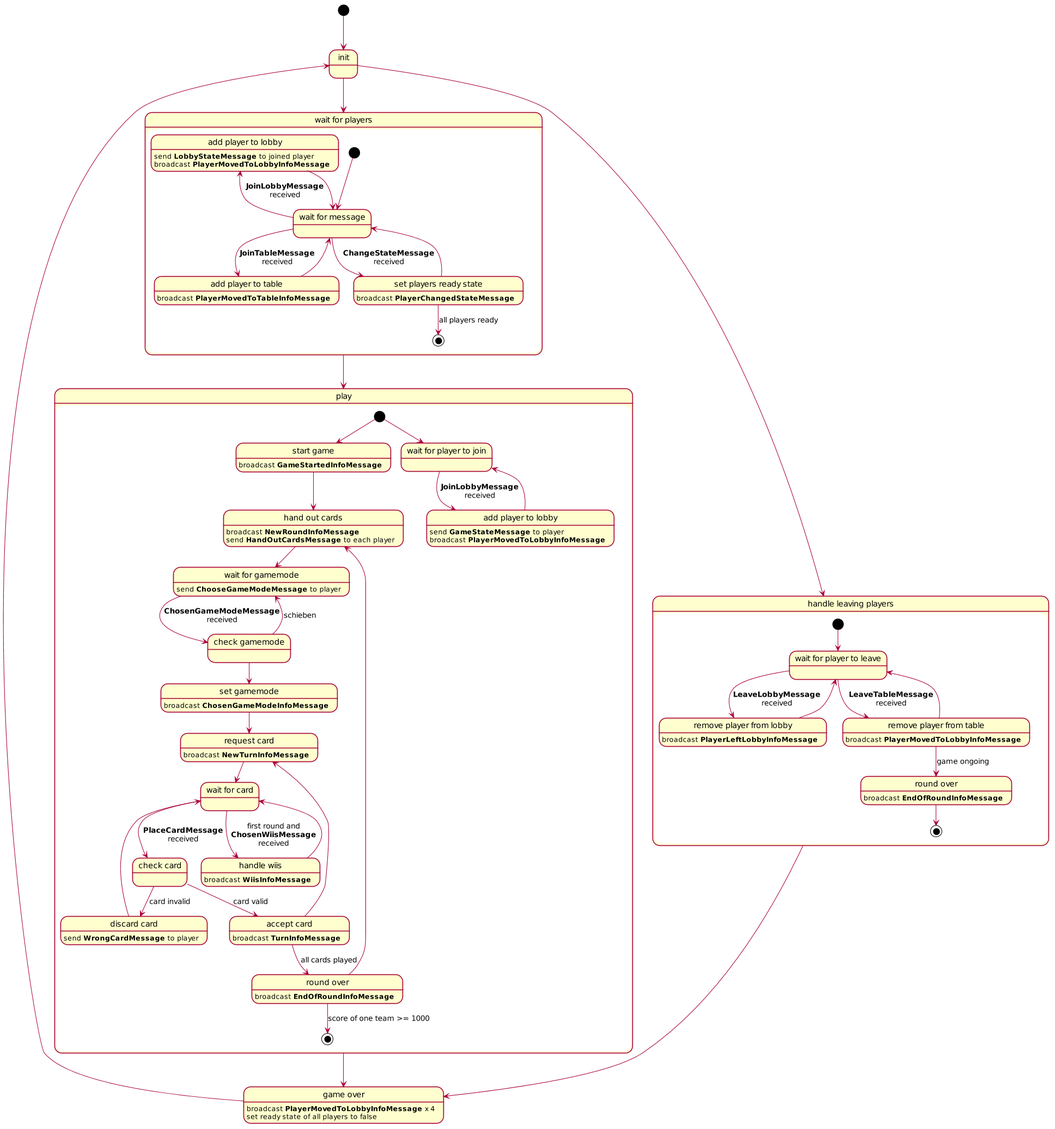
Before: StateDiagram.png, a diagram exported from PlantUML (mcalzaferri/ntb-jass-common). Source of this version:
```plantuml
@startuml
skinparam dpi 100
skinparam shadowing false

[*] --> init
init --> lobby
init --> handleLeave

state "wait for players" as lobby {
      state "wait for message" as waitForMsg
      state "add player to lobby" as addPlayerToLobby :      send **LobbyStateMessage** to joined player\nbroadcast **PlayerMovedToLobbyInfoMessage**
      state "add player to table" as addPlayerToTable : broadcast **PlayerMovedToTableInfoMessage**
      state "set players ready state" as setPlayerReadyState : broadcast **PlayerChangedStateMessage**

      [*] --> waitForMsg
      waitForMsg -left-> addPlayerToLobby : **JoinLobbyMessage**\nreceived
      waitForMsg --> addPlayerToTable : **JoinTableMessage**\nreceived
      waitForMsg --> setPlayerReadyState : **ChangeStateMessage**\nreceived
      addPlayerToLobby --> waitForMsg
      addPlayerToTable --> waitForMsg
      setPlayerReadyState --> waitForMsg
      setPlayerReadyState --> [*] : all players ready
}

lobby --> play

state "play" as play {
      state "start game" as startGame : broadcast **GameStartedInfoMessage**
      state "hand out cards" as handOut :       broadcast **NewRoundInfoMessage**\nsend **HandOutCardsMessage** to each player
      state "wait for gamemode" as waitMode : send **ChooseGameModeMessage** to player
      state "wait for card" as waitForCard
      state "set gamemode" as setGameMode : broadcast **ChosenGameModeInfoMessage**
      state "check gamemode" as checkGameMode
      state "request card" as requestCard : broadcast **NewTurnInfoMessage**
      state "check card" as checkCard
      state "accept card" as acceptCard : broadcast **TurnInfoMessage**
      state "discard card" as discardCard : send **WrongCardMessage** to player
      state "handle wiis" as handleWiis : broadcast **WiisInfoMessage**
      state "round over" as roundOver : broadcast **EndOfRoundInfoMessage**

      [*] --> startGame
      startGame --> handOut
      handOut --> waitMode
      waitMode --> checkGameMode : **ChosenGameModeMessage**\nreceived
      checkGameMode --> waitMode : schieben
      checkGameMode --> setGameMode
      setGameMode --> requestCard
      requestCard --> waitForCard
      waitForCard --> checkCard : **PlaceCardMessage**\nreceived
      waitForCard --> handleWiis : first round and\n**ChosenWiisMessage**\nreceived
      handleWiis --> waitForCard
      checkCard --> acceptCard : card valid
      acceptCard --> requestCard
      checkCard --> discardCard : card invalid
      discardCard --> waitForCard
      acceptCard --> roundOver : all cards played
      roundOver --> handOut
      roundOver --> [*] : score of one team >= 1000

      state "wait for player to join" as waitForJoin2
      state "add player to lobby" as addPlayerToLobby2 :       send **GameStateMessage** to player\nbroadcast **PlayerMovedToLobbyInfoMessage**

      [*] --> waitForJoin2
      waitForJoin2 --> addPlayerToLobby2 : **JoinLobbyMessage**\nreceived
      addPlayerToLobby2 --> waitForJoin2
}

state "game over" as gameOver : broadcast **PlayerMovedToLobbyInfoMessage** x 4\nset ready state of all players to false

play --> gameOver
gameOver -up-> init

state "handle leaving players" as handleLeave {
      state "remove player from lobby" as removePlayerFromLobby : broadcast **PlayerLeftLobbyInfoMessage**
      state "remove player from table" as removePlayerFromTable : broadcast **PlayerMovedToLobbyInfoMessage**
      state "wait for player to leave" as waitForLeave
      state "round over" as roundOver2 : broadcast **EndOfRoundInfoMessage**

      [*] --> waitForLeave
      waitForLeave -right-> removePlayerFromLobby : **LeaveLobbyMessage**\nreceived
      removePlayerFromLobby --> waitForLeave
      waitForLeave --> removePlayerFromTable : **LeaveTableMessage**\nreceived
      removePlayerFromTable --> waitForLeave
      removePlayerFromTable --> roundOver2 : game ongoing
      roundOver2 --> [*]
}

handleLeave --> gameOver

@enduml
```
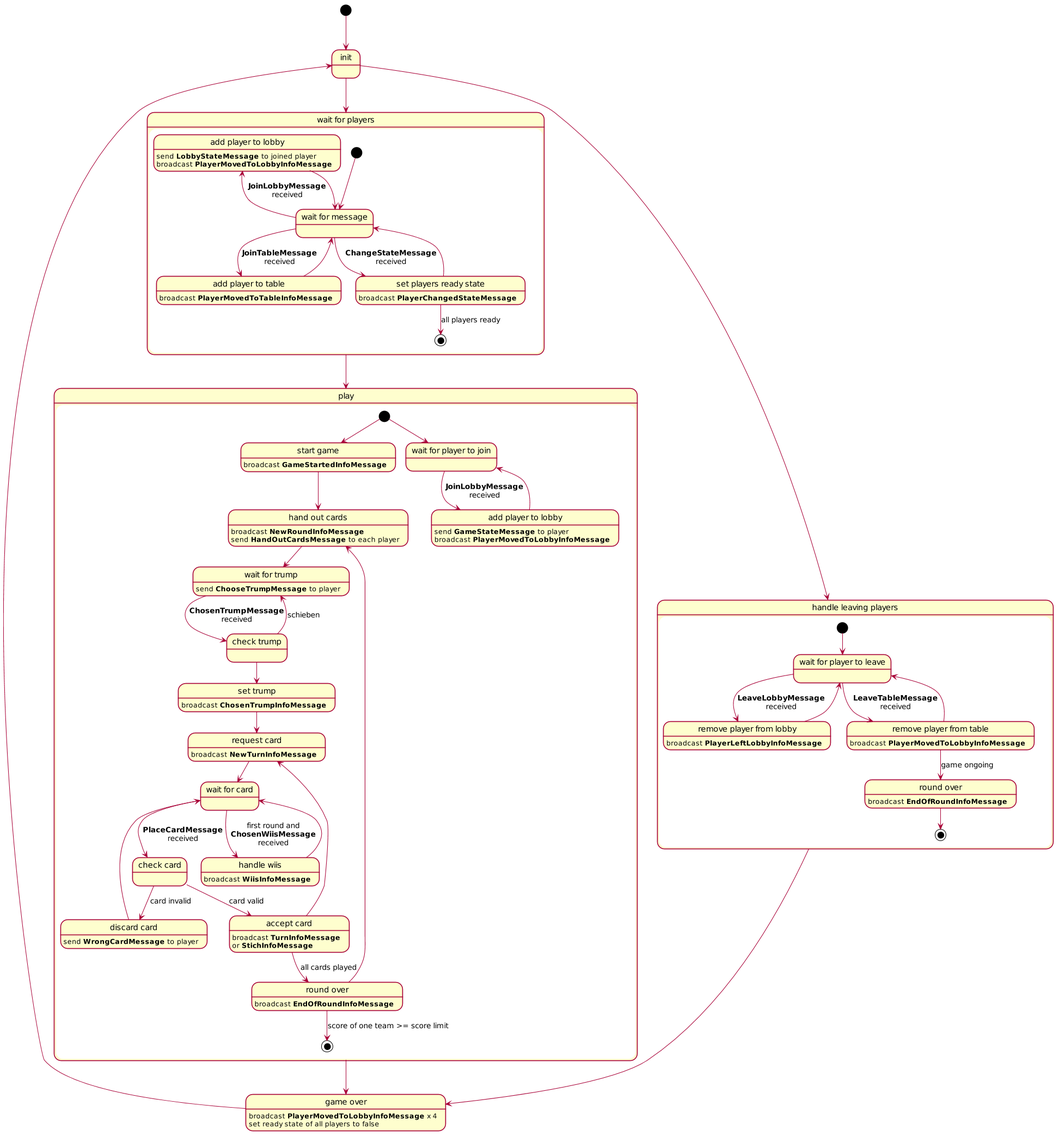
Above is the later version.

Commit message:
Update state diagram

The edit, as a diff of the source:
```diff
@@ -27,24 +27,24 @@
 state "play" as play {
       state "start game" as startGame : broadcast **GameStartedInfoMessage**
       state "hand out cards" as handOut :       broadcast **NewRoundInfoMessage**\nsend **HandOutCardsMessage** to each player
-      state "wait for gamemode" as waitMode : send **ChooseGameModeMessage** to player
+      state "wait for trump" as waitTrump : send **ChooseTrumpMessage** to player
       state "wait for card" as waitForCard
-      state "set gamemode" as setGameMode : broadcast **ChosenGameModeInfoMessage**
-      state "check gamemode" as checkGameMode
+      state "set trump" as setTrump : broadcast **ChosenTrumpInfoMessage**
+      state "check trump" as checkTrump
       state "request card" as requestCard : broadcast **NewTurnInfoMessage**
       state "check card" as checkCard
-      state "accept card" as acceptCard : broadcast **TurnInfoMessage**
+      state "accept card" as acceptCard :       broadcast **TurnInfoMessage**\nor **StichInfoMessage**
       state "discard card" as discardCard : send **WrongCardMessage** to player
       state "handle wiis" as handleWiis : broadcast **WiisInfoMessage**
       state "round over" as roundOver : broadcast **EndOfRoundInfoMessage**
 
       [*] --> startGame
       startGame --> handOut
-      handOut --> waitMode
-      waitMode --> checkGameMode : **ChosenGameModeMessage**\nreceived
-      checkGameMode --> waitMode : schieben
-      checkGameMode --> setGameMode
-      setGameMode --> requestCard
+      handOut --> waitTrump
+      waitTrump --> checkTrump : **ChosenTrumpMessage**\nreceived
+      checkTrump --> waitTrump : schieben
+      checkTrump --> setTrump
+      setTrump --> requestCard
       requestCard --> waitForCard
       waitForCard --> checkCard : **PlaceCardMessage**\nreceived
       waitForCard --> handleWiis : first round and\n**ChosenWiisMessage**\nreceived
@@ -55,7 +55,7 @@
       discardCard --> waitForCard
       acceptCard --> roundOver : all cards played
       roundOver --> handOut
-      roundOver --> [*] : score of one team >= 1000
+      roundOver --> [*] : score of one team >= score limit
 
       state "wait for player to join" as waitForJoin2
       state "add player to lobby" as addPlayerToLobby2 :       send **GameStateMessage** to player\nbroadcast **PlayerMovedToLobbyInfoMessage**
```
